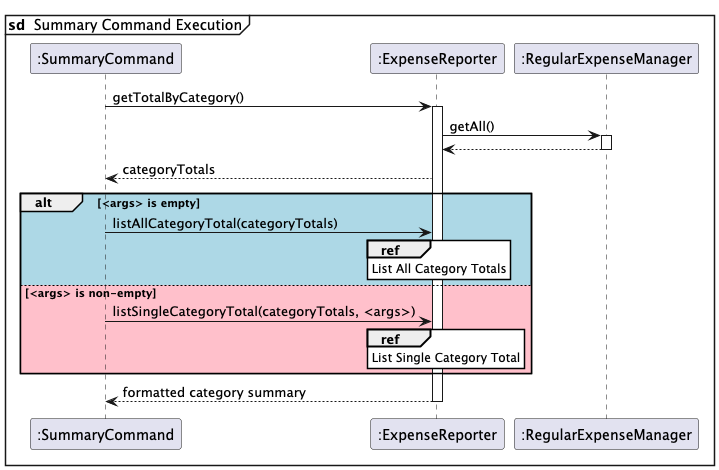
Before: docs/images/summary.png, a diagram exported from PlantUML (randust/tp).
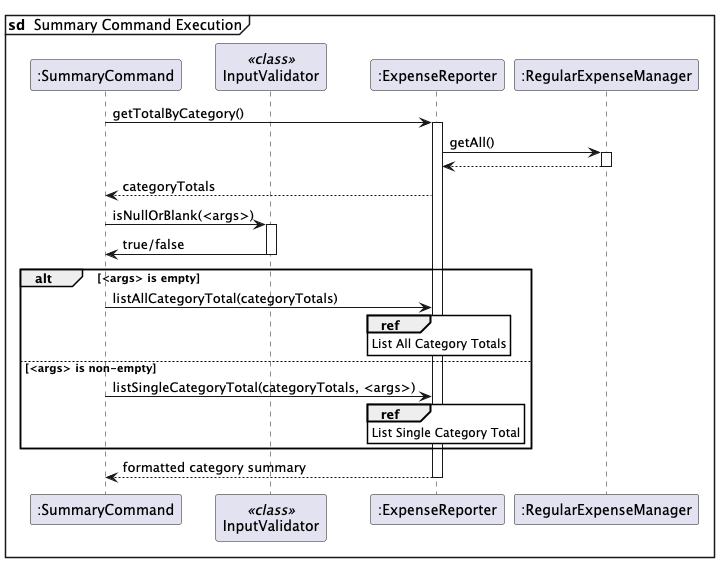
After the change.

Commit message:
Update TotalCommand to set limit, update parser, summary, edit sequence diagrams

The edit, as a diff of the source:
```diff
@@ -1,9 +1,10 @@
-@startuml summary.puml
+@startuml summary
 skinparam sequenceReferenceBackgroundColor #fffff
 
 mainframe **sd**  Summary Command Execution
 
 participant ":SummaryCommand" as SC
+participant "InputValidator" as IV <<class>>
 participant ":ExpenseReporter" as ER
 participant ":RegularExpenseManager" as REM
 
@@ -15,13 +16,20 @@
 
 ER --> SC: categoryTotals
 
-alt #LightBlue <args> is empty
+SC -> IV: isNullOrBlank(<args>)
+activate IV
+
+IV -> SC: true/false
+deactivate IV
+
+alt <args> is empty
 SC -> ER: listAllCategoryTotal(categoryTotals)
 ref over ER
 List All Category Totals
 end ref
 
-else #Pink <args> is non-empty
+else <args> is non-empty
+
 SC -> ER: listSingleCategoryTotal(categoryTotals, <args>)
 
 ref over ER
```
